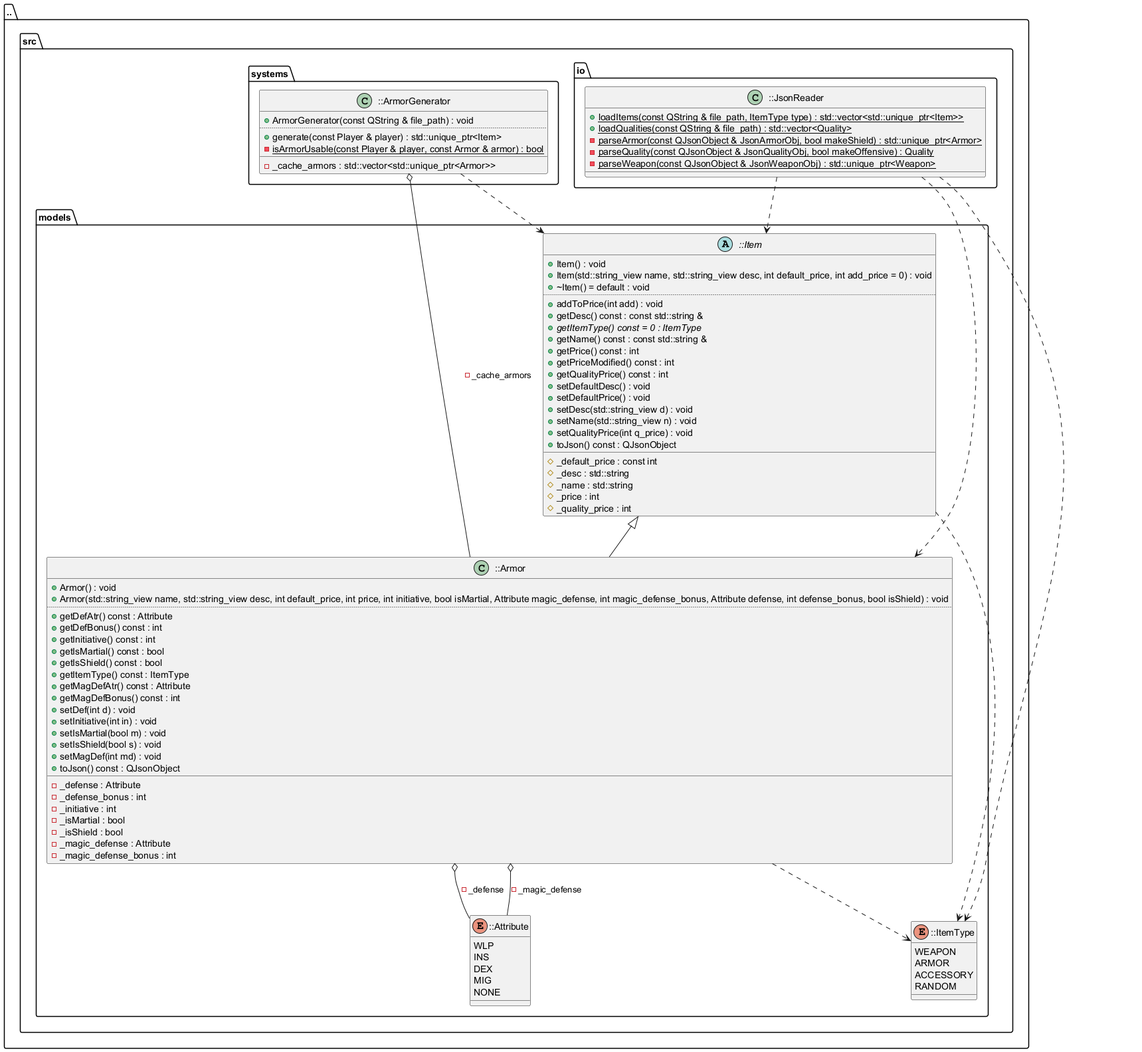
The PlantUML diagram docs/diagrams/Armor_diagram.png in FasolowySpioch/faubla-ultima-item-generator, before a commit.
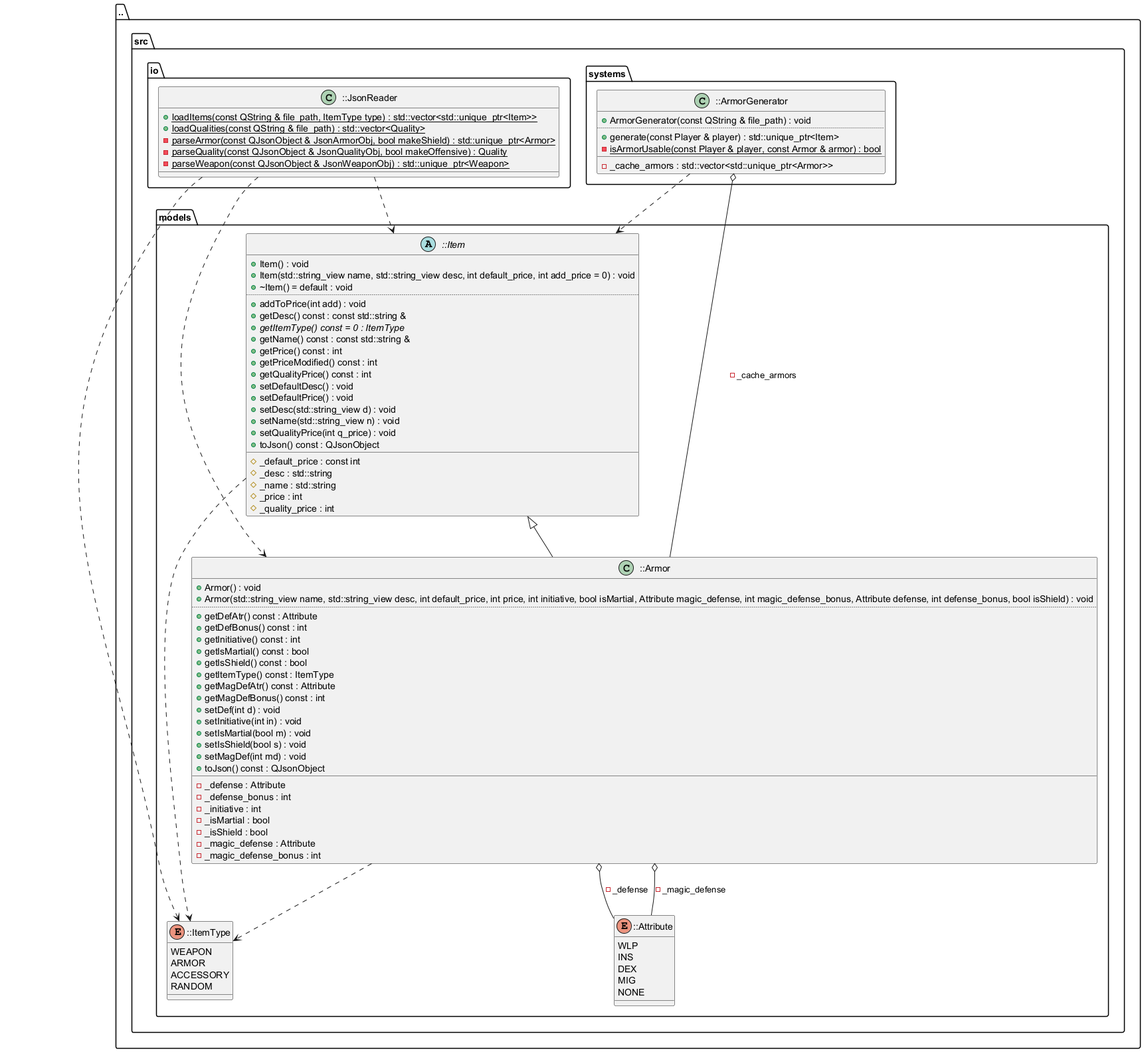
Later version of the same file.

The edit, as a diff of the source:
```diff
@@ -72,6 +72,17 @@
 -_magic_defense_bonus : int
 }
 }
+package [systems] as C_0016692703261607978348 {
+class "::ArmorGenerator" as C_0005567866987455504025
+class C_0005567866987455504025 {
++ArmorGenerator(const QString & file_path) : void
+..
++generate(const Player & player) : std::unique_ptr<Item>
+{static} -isArmorUsable(const Player & player, const Armor & armor) : bool
+__
+-_cache_armors : std::vector<std::unique_ptr<Armor>>
+}
+}
 package [io] as C_0016395333381226012294 {
 class "::JsonReader" as C_0002948440278719519756
 class C_0002948440278719519756 {
@@ -83,17 +94,6 @@
 __
 }
 }
-package [systems] as C_0016692703261607978348 {
-class "::ArmorGenerator" as C_0005567866987455504025
-class C_0005567866987455504025 {
-+ArmorGenerator(const QString & file_path) : void
-..
-+generate(const Player & player) : std::unique_ptr<Item>
-{static} -isArmorUsable(const Player & player, const Armor & armor) : bool
-__
--_cache_armors : std::vector<std::unique_ptr<Armor>>
-}
-}
 }
 }
 C_0005967165952864249862 ..> C_0009506588567340924694
@@ -101,10 +101,10 @@
 C_0017091837617986840564 o-- C_0013522169845410927695 : -_magic_defense
 C_0017091837617986840564 o-- C_0013522169845410927695 : -_defense
 C_0005967165952864249862 <|-- C_0017091837617986840564
+C_0005567866987455504025 ..> C_0005967165952864249862
+C_0005567866987455504025 o-- C_0017091837617986840564 : -_cache_armors
 C_0002948440278719519756 ..> C_0017091837617986840564
 C_0002948440278719519756 ..> C_0009506588567340924694
 C_0002948440278719519756 ..> C_0005967165952864249862
-C_0005567866987455504025 ..> C_0005967165952864249862
-C_0005567866987455504025 o-- C_0017091837617986840564 : -_cache_armors
 
 @enduml
```
